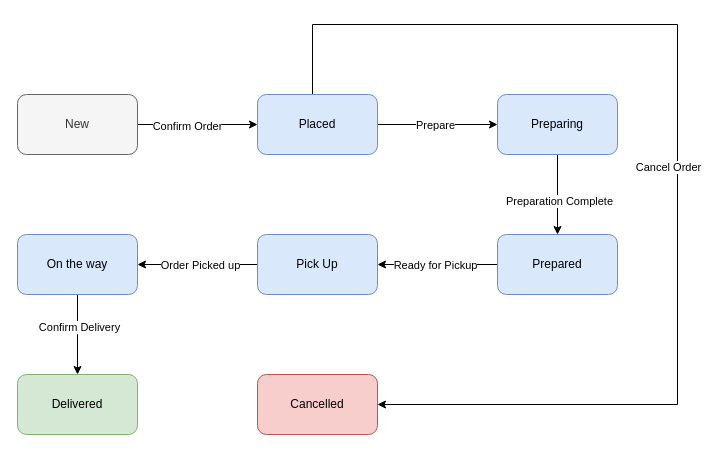
This is docs/event-flow.drawio from Ranjan0491/food-o-meter, a draw.io file, before an edit. Source tidied: cells renumbered, new cells numbered last; positions are measured from the earlier drawing's top-left corner, leaving out a move shared by most shapes. Both pictures are drawn from the tidied source at 100%, with x=0, y=0 at pixel (17, 24).
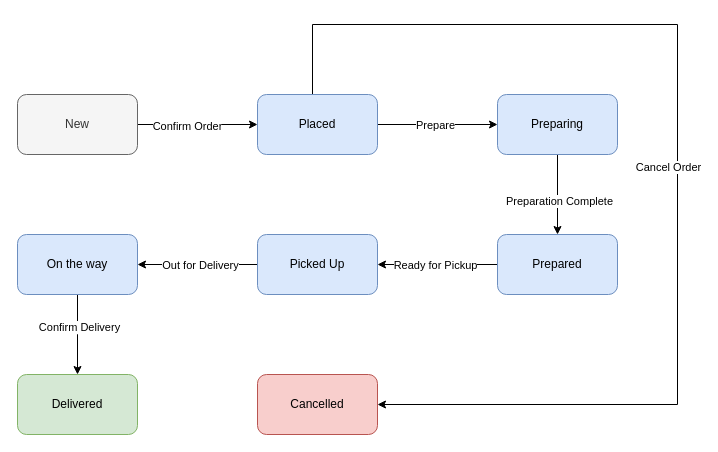
The same diagram, later.

The change refers to these unchanged cells:
```xml
<mxCell id="17" style="edgeStyle=orthogonalEdgeStyle;rounded=0;jettySize=auto;html=1;exitX=0;exitY=0.5;exitDx=0;exitDy=0;entryX=1;entryY=0.5;entryDx=0;entryDy=0;" parent="1" edge="1" source="19" target="22">
  <mxGeometry relative="1" as="geometry" />
</mxCell>
```

What changed in the source:
```diff
@@
-    <mxCell id="18" value="Order Picked up" style="edgeLabel;html=1;align=center;verticalAlign=middle;" parent="17" vertex="1">
+    <mxCell id="18" value="Out for Delivery" style="edgeLabel;html=1;align=center;verticalAlign=middle;" parent="17" vertex="1">
       <mxGeometry x="0.29" y="4" relative="1" as="geometry">
         <mxPoint x="19" y="-4" as="offset" />
       </mxGeometry>
     </mxCell>
-    <mxCell id="19" value="Pick Up" style="rounded=1;whiteSpace=wrap;html=1;fillColor=#dae8fc;strokeColor=#6c8ebf;" parent="1" vertex="1">
+    <mxCell id="19" value="Picked Up" style="rounded=1;whiteSpace=wrap;html=1;fillColor=#dae8fc;strokeColor=#6c8ebf;" parent="1" vertex="1">
       <mxGeometry x="240" y="210" width="120" height="60" as="geometry" />
     </mxCell>
```
